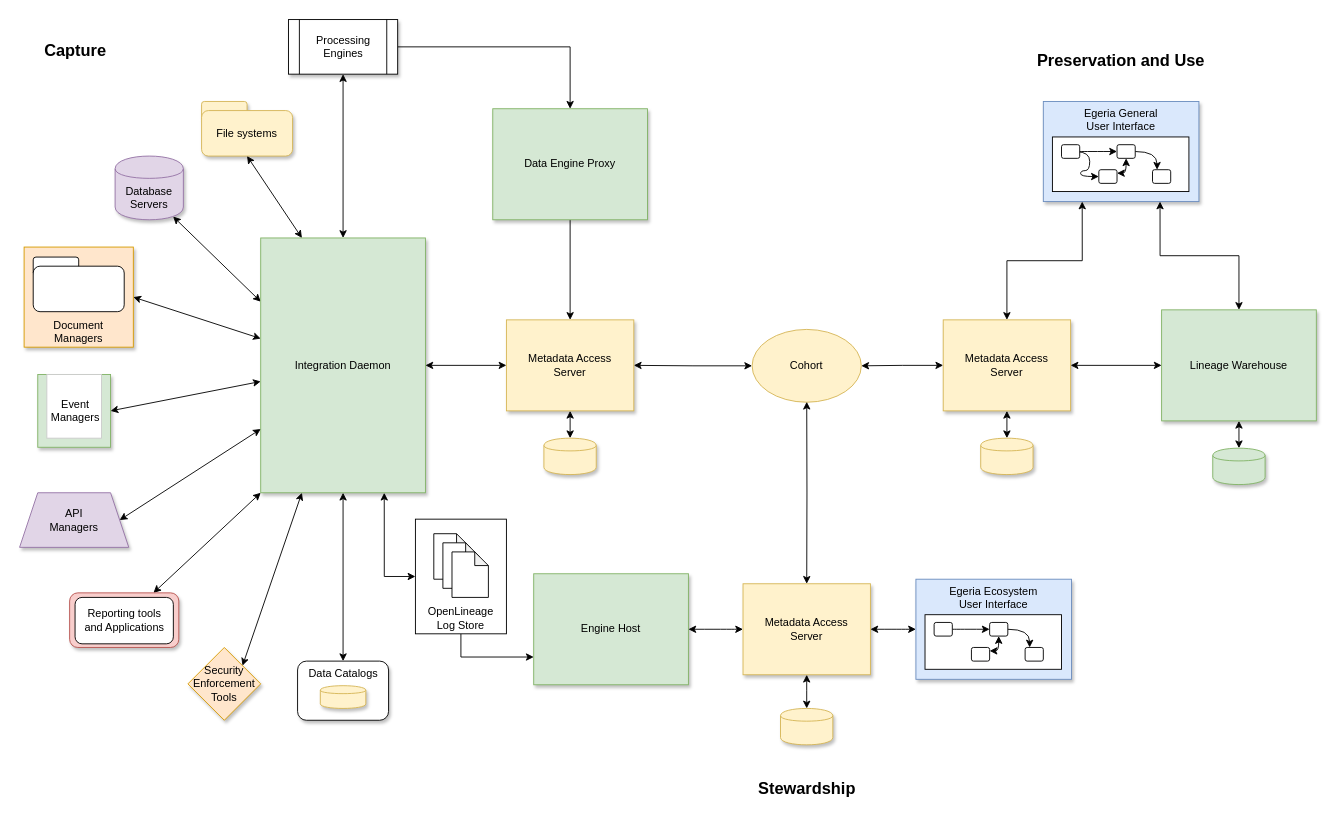
Above: page "architecture" (1 of 9) of site/docs/features/lineage-management/lineage.drawio in odpi/egeria-docs (draw.io), before the change. Source tidied: cells renumbered, new cells numbered last; positions are measured from the earlier drawing's top-left corner, leaving out a move shared by most shapes. Both pictures are drawn from the tidied source at 91%, with x=0, y=0 at pixel (19, 19).
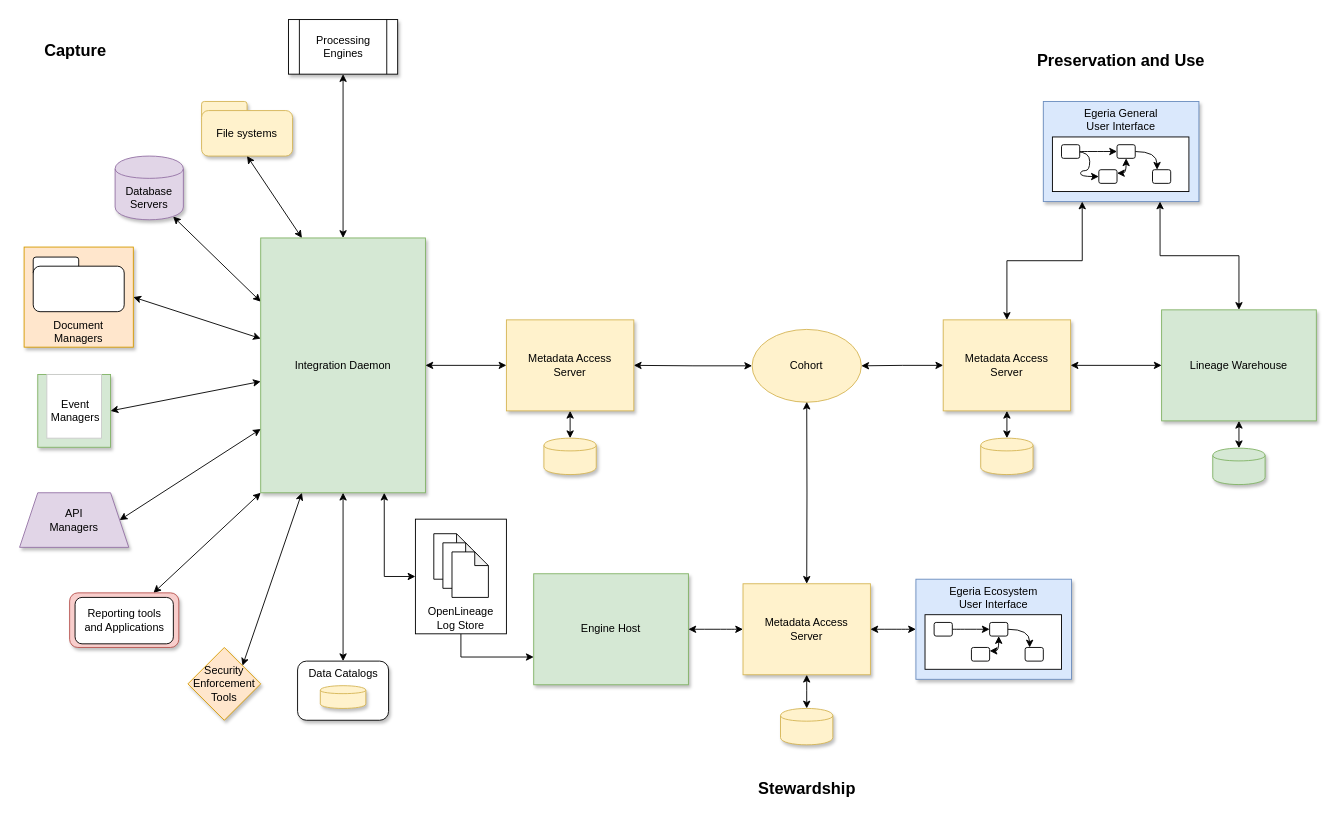
Above is the later version.

The change refers to these unchanged cells:
```xml
<mxCell id="9" value="Metadata Access&lt;br&gt;Server" style="rounded=0;whiteSpace=wrap;html=1;verticalAlign=middle;fillColor=#fff2cc;strokeColor=#d6b656;shadow=1;align=center;" parent="1" vertex="1">
  <mxGeometry x="535" y="330" width="140" height="100" as="geometry" />
</mxCell>
<mxCell id="39" value="Processing&lt;br&gt;Engines" style="shape=process;whiteSpace=wrap;html=1;backgroundOutline=1;shadow=1;align=center;" parent="1" vertex="1">
  <mxGeometry x="295.5" width="120" height="60" as="geometry" />
</mxCell>
```

Diff of the diagram source:
```diff
@@
-    <mxCell id="2" style="edgeStyle=orthogonalEdgeStyle;rounded=0;jettySize=auto;html=1;" parent="1" edge="1" source="3" target="9">
-      <mxGeometry relative="1" as="geometry" />
-    </mxCell>
-    <mxCell id="3" value="Data Engine Proxy" style="rounded=0;whiteSpace=wrap;html=1;verticalAlign=middle;fillColor=#d5e8d4;strokeColor=#82b366;shadow=1;" parent="1" vertex="1">
-      <mxGeometry x="520" y="98" width="170" height="122" as="geometry" />
-    </mxCell>
@@
-    <mxCell id="38" style="edgeStyle=orthogonalEdgeStyle;rounded=0;jettySize=auto;html=1;entryX=0.5;entryY=0;entryDx=0;entryDy=0;" parent="1" edge="1" source="39" target="3">
-      <mxGeometry relative="1" as="geometry" />
-    </mxCell>
```
